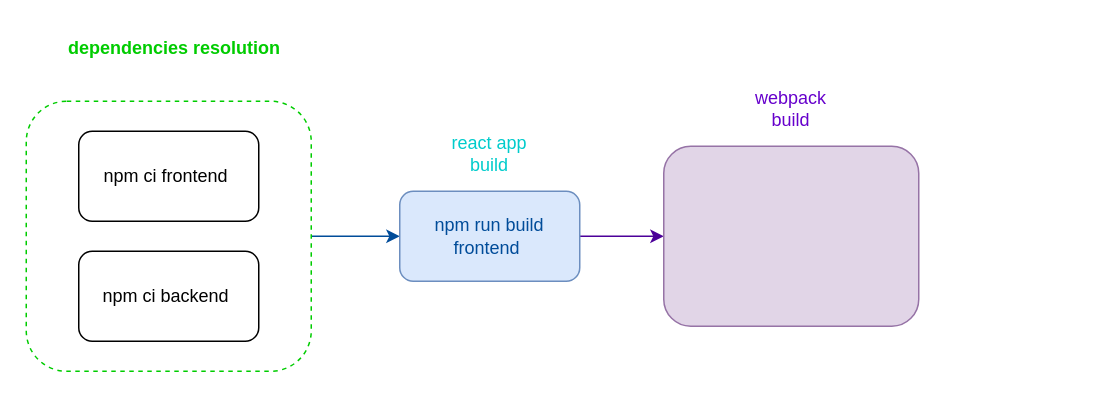
This is NodejsWebpack.drawio from claytonbrown/aws-drawing, a draw.io file, before an edit. Source tidied: cells renumbered, new cells numbered last; positions are measured from the earlier drawing's top-left corner, leaving out a move shared by most shapes. Both pictures are drawn from the tidied source at 150%, with x=0, y=0 at pixel (26, 26). Pictures stored in the file or linked from it are replaced by grey dashed boxes.
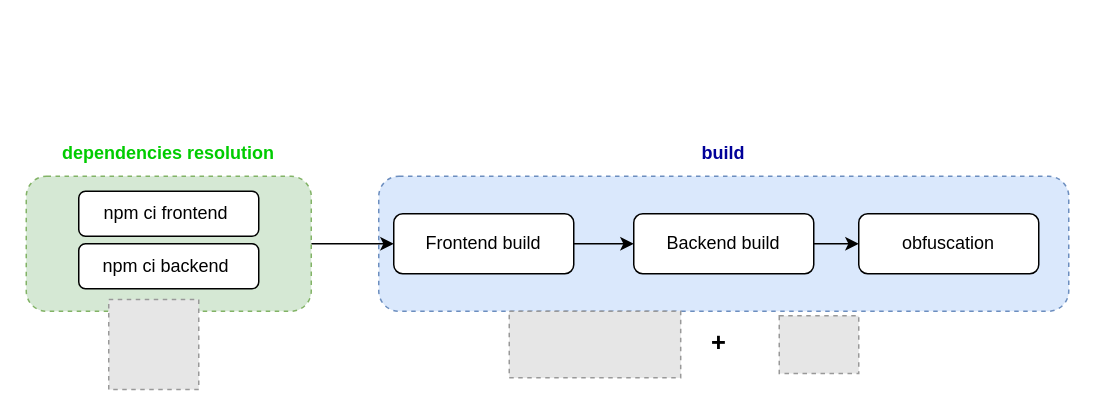
The same diagram, later.

Change to the diagram source:
```diff
@@
 <mxGraphModel>
   <root>
     <mxCell id="0" />
     <mxCell id="1" parent="0" />
+    <mxCell id="12" style="rounded=1;whiteSpace=wrap;html=1;dashed=1;fillColor=#dae8fc;strokeColor=#6c8ebf;" parent="1" vertex="1">
+      <mxGeometry x="235" y="100" width="460" height="90" as="geometry" />
+    </mxCell>
-    <mxCell id="2" style="edgeStyle=orthogonalEdgeStyle;rounded=0;jettySize=auto;html=1;entryX=0;entryY=0.5;entryDx=0;entryDy=0;fontColor=#004C99;strokeColor=#004C99;" parent="1" edge="1" source="3" target="8">
+    <mxCell id="2" style="edgeStyle=orthogonalEdgeStyle;rounded=0;jettySize=auto;html=1;fontSize=17;fontColor=#000099;strokeColor=#000000;" parent="1" edge="1" source="3" target="8">
       <mxGeometry relative="1" as="geometry" />
     </mxCell>
-    <mxCell id="3" style="rounded=1;whiteSpace=wrap;html=1;dashed=1;fillColor=none;strokeColor=#00CC00;" parent="1" vertex="1">
-      <mxGeometry y="50" width="190" height="180" as="geometry" />
+    <mxCell id="3" style="rounded=1;whiteSpace=wrap;html=1;dashed=1;fillColor=#d5e8d4;strokeColor=#82b366;" parent="1" vertex="1">
+      <mxGeometry y="100" width="190" height="90" as="geometry" />
     </mxCell>
     <mxCell id="4" value="npm ci frontend&amp;nbsp;" style="rounded=1;whiteSpace=wrap;html=1;" parent="1" vertex="1">
-      <mxGeometry x="35" y="70" width="120" height="60" as="geometry" />
+      <mxGeometry x="35" y="110" width="120" height="30" as="geometry" />
     </mxCell>
     <mxCell id="5" value="npm ci backend&amp;nbsp;" style="rounded=1;whiteSpace=wrap;html=1;" parent="1" vertex="1">
-      <mxGeometry x="35" y="150" width="120" height="60" as="geometry" />
+      <mxGeometry x="35" y="145" width="120" height="30" as="geometry" />
     </mxCell>
     <mxCell id="6" value="dependencies resolution" style="text;html=1;strokeColor=none;fillColor=none;align=center;verticalAlign=middle;whiteSpace=wrap;rounded=0;dashed=1;fontColor=#00CC00;fontStyle=1;" parent="1" vertex="1">
-      <mxGeometry x="24.5" width="147.5" height="30" as="geometry" />
+      <mxGeometry x="21.2" y="70" width="147.5" height="30" as="geometry" />
     </mxCell>
-    <mxCell id="7" style="edgeStyle=orthogonalEdgeStyle;rounded=0;jettySize=auto;html=1;entryX=0;entryY=0.5;entryDx=0;entryDy=0;fontColor=#6600CC;strokeColor=#4C0099;" parent="1" edge="1" source="8" target="10">
+    <mxCell id="7" style="edgeStyle=orthogonalEdgeStyle;rounded=0;jettySize=auto;html=1;entryX=0;entryY=0.5;entryDx=0;entryDy=0;fontColor=#6600CC;strokeColor=#000000;" parent="1" edge="1" source="8" target="10">
       <mxGeometry relative="1" as="geometry" />
     </mxCell>
-    <mxCell id="8" value="npm run build frontend&amp;nbsp;" style="rounded=1;whiteSpace=wrap;html=1;fillColor=#dae8fc;strokeColor=#6c8ebf;fontColor=#004C99;" parent="1" vertex="1">
-      <mxGeometry x="249" y="110" width="120" height="60" as="geometry" />
+    <mxCell id="8" value="Frontend build" style="rounded=1;whiteSpace=wrap;html=1;" parent="1" vertex="1">
+      <mxGeometry x="245" y="125" width="120" height="40" as="geometry" />
     </mxCell>
-    <mxCell id="9" value="react app build" style="text;html=1;strokeColor=none;fillColor=none;align=center;verticalAlign=middle;whiteSpace=wrap;rounded=0;dashed=1;fontColor=#00CCCC;" parent="1" vertex="1">
-      <mxGeometry x="279" y="70" width="60" height="30" as="geometry" />
-    </mxCell>
+    <mxCell id="13" style="edgeStyle=orthogonalEdgeStyle;rounded=0;jettySize=auto;html=1;fontSize=17;" parent="1" edge="1" source="10" target="18">
+      <mxGeometry relative="1" as="geometry" />
+    </mxCell>
-    <mxCell id="10" style="rounded=1;whiteSpace=wrap;html=1;strokeColor=#9673a6;fillColor=#e1d5e7;" parent="1" vertex="1">
-      <mxGeometry x="425" y="80" width="170" height="120" as="geometry" />
+    <mxCell id="10" value="Backend build" style="rounded=1;whiteSpace=wrap;html=1;" parent="1" vertex="1">
+      <mxGeometry x="405" y="125" width="120" height="40" as="geometry" />
     </mxCell>
-    <mxCell id="11" value="webpack build" style="text;html=1;strokeColor=none;fillColor=none;align=center;verticalAlign=middle;whiteSpace=wrap;rounded=0;fontColor=#6600CC;" parent="1" vertex="1">
-      <mxGeometry x="480" y="40" width="60" height="30" as="geometry" />
-    </mxCell>
+    <mxCell id="14" style="fillColor=#E6E6E6;strokeColor=#999999;dashed=1;html=1;verticalAlign=top;verticalLabelPosition=bottom;labelBackgroundColor=#ffffff;" parent="1" vertex="1">
+      <mxGeometry x="55" y="182.2" width="60" height="60" as="geometry" />
+    </mxCell>
+    <mxCell id="15" style="fillColor=#E6E6E6;strokeColor=#999999;dashed=1;verticalLabelPosition=bottom;labelBackgroundColor=default;verticalAlign=top;" parent="1" vertex="1">
+      <mxGeometry x="322" y="190" width="114.3" height="44.4" as="geometry" />
+    </mxCell>
+    <mxCell id="16" style="fillColor=#E6E6E6;strokeColor=#999999;dashed=1;verticalLabelPosition=bottom;labelBackgroundColor=default;verticalAlign=top;" parent="1" vertex="1">
+      <mxGeometry x="502" y="193" width="53" height="38.5" as="geometry" />
+    </mxCell>
+    <mxCell id="17" value="&lt;b&gt;&lt;font style=&quot;font-size: 17px&quot;&gt;+&lt;/font&gt;&lt;/b&gt;" style="text;html=1;strokeColor=none;fillColor=none;align=center;verticalAlign=middle;whiteSpace=wrap;rounded=0;" parent="1" vertex="1">
+      <mxGeometry x="432" y="197.2" width="60" height="30" as="geometry" />
+    </mxCell>
+    <mxCell id="18" value="obfuscation" style="rounded=1;whiteSpace=wrap;html=1;" parent="1" vertex="1">
+      <mxGeometry x="555" y="125" width="120" height="40" as="geometry" />
+    </mxCell>
+    <mxCell id="19" value="&lt;font color=&quot;#000099&quot;&gt;build&lt;/font&gt;" style="text;html=1;strokeColor=none;fillColor=none;align=center;verticalAlign=middle;whiteSpace=wrap;rounded=0;dashed=1;fontColor=#00CC00;fontStyle=1;" parent="1" vertex="1">
+      <mxGeometry x="391.2" y="70" width="147.5" height="30" as="geometry" />
+    </mxCell>
   </root>
 </mxGraphModel>
```
